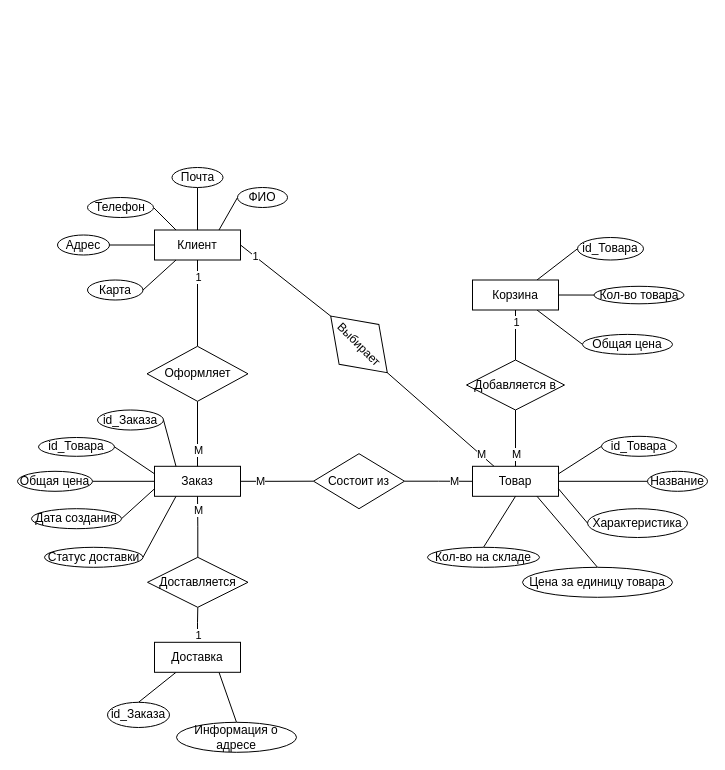
Earlier version of the draw.io diagram page "Концептуальная модель" (7 of 8) of Все диаграммы.drawio (AnnaOtchina/AnnaKyrsach). Source tidied: cells renumbered, new cells numbered last; positions are measured from the earlier drawing's top-left corner, leaving out a move shared by most shapes. Both pictures are drawn from the tidied source at 100%, with x=0, y=0 at pixel (17, 167).
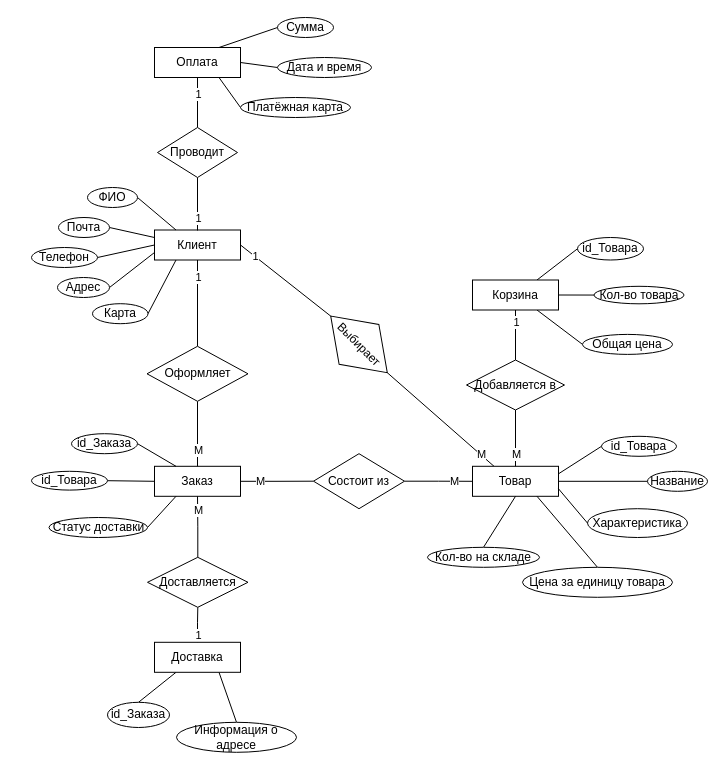
Above is the later version.

Unchanged cells that the change refers to:
```xml
<mxCell id="6" value="Клиент" style="rounded=0;whiteSpace=wrap;html=1;" parent="1" vertex="1">
  <mxGeometry x="137" y="62.5" width="86" height="30" as="geometry" />
</mxCell>
<mxCell id="11" value="Заказ" style="rounded=0;whiteSpace=wrap;html=1;" parent="1" vertex="1">
  <mxGeometry x="137" y="298.8" width="86" height="30" as="geometry" />
</mxCell>
```

Diff of the diagram source:
```diff
@@
+    <mxCell id="72" style="rounded=0;jettySize=auto;html=1;exitX=0.5;exitY=0;exitDx=0;exitDy=0;entryX=0.5;entryY=1;entryDx=0;entryDy=0;endArrow=none;endFill=0;" parent="1" edge="1" source="80" target="77">
+      <mxGeometry relative="1" as="geometry" />
+    </mxCell>
+    <mxCell id="73" value="1" style="edgeLabel;html=1;align=center;verticalAlign=middle;" parent="72" vertex="1">
+      <mxGeometry x="0.36" relative="1" as="geometry" />
+    </mxCell>
@@
-    <mxCell id="9" style="rounded=0;jettySize=auto;html=1;exitX=0;exitY=0.25;exitDx=0;exitDy=0;entryX=1;entryY=0.5;entryDx=0;entryDy=0;endArrow=none;endFill=0;" parent="1" edge="1" source="11" target="63">
+    <mxCell id="9" style="rounded=0;jettySize=auto;html=1;exitX=0;exitY=0.5;exitDx=0;exitDy=0;entryX=1;entryY=0.5;entryDx=0;entryDy=0;endArrow=none;endFill=0;" parent="1" edge="1" source="11" target="63">
       <mxGeometry relative="1" as="geometry" />
     </mxCell>
-    <mxCell id="10" style="rounded=0;jettySize=auto;html=1;exitX=0;exitY=0.5;exitDx=0;exitDy=0;entryX=1;entryY=0.5;entryDx=0;entryDy=0;endArrow=none;endFill=0;" parent="1" edge="1" source="11" target="64">
-      <mxGeometry relative="1" as="geometry" />
-    </mxCell>
@@
-    <mxCell id="36" style="rounded=0;jettySize=auto;html=1;exitX=0;exitY=0.5;exitDx=0;exitDy=0;entryX=0.75;entryY=0;entryDx=0;entryDy=0;endArrow=none;endFill=0;" parent="1" edge="1" source="37" target="6">
+    <mxCell id="36" style="rounded=0;jettySize=auto;html=1;exitX=1;exitY=0.5;exitDx=0;exitDy=0;entryX=0.25;entryY=0;entryDx=0;entryDy=0;endArrow=none;endFill=0;" parent="1" edge="1" source="37" target="6">
       <mxGeometry relative="1" as="geometry" />
     </mxCell>
     <mxCell id="37" value="ФИО" style="ellipse;whiteSpace=wrap;html=1;" parent="1" vertex="1">
-      <mxGeometry x="220" y="20" width="50" height="20" as="geometry" />
+      <mxGeometry x="70" y="20" width="50" height="20" as="geometry" />
     </mxCell>
-    <mxCell id="38" style="rounded=0;jettySize=auto;html=1;exitX=1;exitY=0.5;exitDx=0;exitDy=0;entryX=0.25;entryY=0;entryDx=0;entryDy=0;endArrow=none;endFill=0;" parent="1" edge="1" source="39" target="6">
+    <mxCell id="38" style="rounded=0;jettySize=auto;html=1;exitX=1;exitY=0.5;exitDx=0;exitDy=0;entryX=0;entryY=0.5;entryDx=0;entryDy=0;endArrow=none;endFill=0;" parent="1" edge="1" source="39" target="6">
       <mxGeometry relative="1" as="geometry" />
     </mxCell>
     <mxCell id="39" value="Телефон" style="ellipse;whiteSpace=wrap;html=1;" parent="1" vertex="1">
-      <mxGeometry x="70" y="30" width="66" height="20" as="geometry" />
+      <mxGeometry x="14" y="80" width="66" height="20" as="geometry" />
     </mxCell>
-    <mxCell id="40" style="rounded=0;jettySize=auto;html=1;exitX=0.5;exitY=1;exitDx=0;exitDy=0;entryX=0.5;entryY=0;entryDx=0;entryDy=0;endArrow=none;endFill=0;" parent="1" edge="1" source="41" target="6">
+    <mxCell id="40" style="rounded=0;jettySize=auto;html=1;exitX=1;exitY=0.5;exitDx=0;exitDy=0;entryX=0;entryY=0.25;entryDx=0;entryDy=0;endArrow=none;endFill=0;" parent="1" edge="1" source="41" target="6">
       <mxGeometry relative="1" as="geometry" />
     </mxCell>
     <mxCell id="41" value="Почта" style="ellipse;whiteSpace=wrap;html=1;" parent="1" vertex="1">
-      <mxGeometry x="154.5" width="51" height="20" as="geometry" />
+      <mxGeometry x="41" y="50" width="51" height="20" as="geometry" />
     </mxCell>
-    <mxCell id="42" style="rounded=0;jettySize=auto;html=1;exitX=1;exitY=0.5;exitDx=0;exitDy=0;entryX=0;entryY=0.5;entryDx=0;entryDy=0;endArrow=none;endFill=0;" parent="1" edge="1" source="43" target="6">
+    <mxCell id="42" style="rounded=0;jettySize=auto;html=1;exitX=1;exitY=0.5;exitDx=0;exitDy=0;entryX=0;entryY=0.75;entryDx=0;entryDy=0;endArrow=none;endFill=0;" parent="1" edge="1" source="43" target="6">
       <mxGeometry relative="1" as="geometry" />
     </mxCell>
     <mxCell id="43" value="Адрес" style="ellipse;whiteSpace=wrap;html=1;" parent="1" vertex="1">
-      <mxGeometry x="40" y="67.5" width="52" height="20" as="geometry" />
+      <mxGeometry x="40" y="110" width="52" height="20" as="geometry" />
     </mxCell>
@@
     <mxCell id="45" value="Карта" style="ellipse;whiteSpace=wrap;html=1;" parent="1" vertex="1">
-      <mxGeometry x="70" y="112.5" width="55.5" height="20" as="geometry" />
+      <mxGeometry x="75" y="136.2" width="55.5" height="20" as="geometry" />
     </mxCell>
@@
     <mxCell id="47" value="id_Заказа" style="ellipse;whiteSpace=wrap;html=1;" parent="1" vertex="1">
-      <mxGeometry x="80" y="242.5" width="66" height="20" as="geometry" />
+      <mxGeometry x="54" y="266.2" width="66" height="20" as="geometry" />
     </mxCell>
@@
     <mxCell id="63" value="id_Товара" style="ellipse;whiteSpace=wrap;html=1;" parent="1" vertex="1">
-      <mxGeometry x="21" y="270" width="76" height="18.8" as="geometry" />
+      <mxGeometry x="14" y="303.8" width="76" height="18.8" as="geometry" />
     </mxCell>
-    <mxCell id="64" value="Общая цена" style="ellipse;whiteSpace=wrap;html=1;" parent="1" vertex="1">
-      <mxGeometry y="303.8" width="75" height="20" as="geometry" />
-    </mxCell>
@@
-    <mxCell id="68" style="rounded=0;jettySize=auto;html=1;exitX=1;exitY=0.5;exitDx=0;exitDy=0;entryX=0;entryY=0.75;entryDx=0;entryDy=0;endArrow=none;endFill=0;" parent="1" edge="1" source="69" target="11">
-      <mxGeometry relative="1" as="geometry" />
-    </mxCell>
-    <mxCell id="69" value="Дата создания" style="ellipse;whiteSpace=wrap;html=1;" parent="1" vertex="1">
-      <mxGeometry x="14" y="341.2" width="90" height="20" as="geometry" />
-    </mxCell>
@@
     <mxCell id="71" value="Статус доставки" style="ellipse;whiteSpace=wrap;html=1;" parent="1" vertex="1">
-      <mxGeometry x="27" y="379.8" width="98.5" height="20" as="geometry" />
+      <mxGeometry x="31.5" y="350" width="98.5" height="20" as="geometry" />
     </mxCell>
+    <mxCell id="74" style="rounded=0;jettySize=auto;html=1;exitX=0.75;exitY=0;exitDx=0;exitDy=0;entryX=0;entryY=0.5;entryDx=0;entryDy=0;endArrow=none;endFill=0;" parent="1" edge="1" source="77" target="81">
+      <mxGeometry relative="1" as="geometry" />
+    </mxCell>
+    <mxCell id="75" style="rounded=0;jettySize=auto;html=1;exitX=1;exitY=0.5;exitDx=0;exitDy=0;endArrow=none;endFill=0;entryX=0;entryY=0.5;entryDx=0;entryDy=0;" parent="1" edge="1" source="77" target="82">
+      <mxGeometry relative="1" as="geometry" />
+    </mxCell>
+    <mxCell id="76" style="rounded=0;jettySize=auto;html=1;exitX=0.75;exitY=1;exitDx=0;exitDy=0;entryX=0;entryY=0.5;entryDx=0;entryDy=0;endArrow=none;endFill=0;" parent="1" edge="1" source="77" target="83">
+      <mxGeometry relative="1" as="geometry" />
+    </mxCell>
+    <mxCell id="77" value="Оплата" style="rounded=0;whiteSpace=wrap;html=1;" parent="1" vertex="1">
+      <mxGeometry x="137" y="-120" width="86" height="30" as="geometry" />
+    </mxCell>
+    <mxCell id="78" style="rounded=0;jettySize=auto;html=1;entryX=0.5;entryY=1;entryDx=0;entryDy=0;endArrow=none;endFill=0;" parent="1" edge="1" target="80">
+      <mxGeometry relative="1" as="geometry">
+        <mxPoint x="180" y="63" as="sourcePoint" />
+      </mxGeometry>
+    </mxCell>
+    <mxCell id="79" value="1" style="edgeLabel;html=1;align=center;verticalAlign=middle;" parent="78" vertex="1">
+      <mxGeometry x="-0.54" relative="1" as="geometry">
+        <mxPoint y="-1" as="offset" />
+      </mxGeometry>
+    </mxCell>
+    <mxCell id="80" value="Проводит" style="rhombus;whiteSpace=wrap;html=1;" parent="1" vertex="1">
+      <mxGeometry x="140" y="-40" width="80" height="50" as="geometry" />
+    </mxCell>
+    <mxCell id="81" value="Сумма" style="ellipse;whiteSpace=wrap;html=1;" parent="1" vertex="1">
+      <mxGeometry x="260" y="-150" width="56" height="20" as="geometry" />
+    </mxCell>
+    <mxCell id="82" value="Дата и время" style="ellipse;whiteSpace=wrap;html=1;" parent="1" vertex="1">
+      <mxGeometry x="260" y="-110" width="94" height="20" as="geometry" />
+    </mxCell>
+    <mxCell id="83" value="Платёжная карта" style="ellipse;whiteSpace=wrap;html=1;" parent="1" vertex="1">
+      <mxGeometry x="223" y="-70" width="110" height="20" as="geometry" />
+    </mxCell>
```
